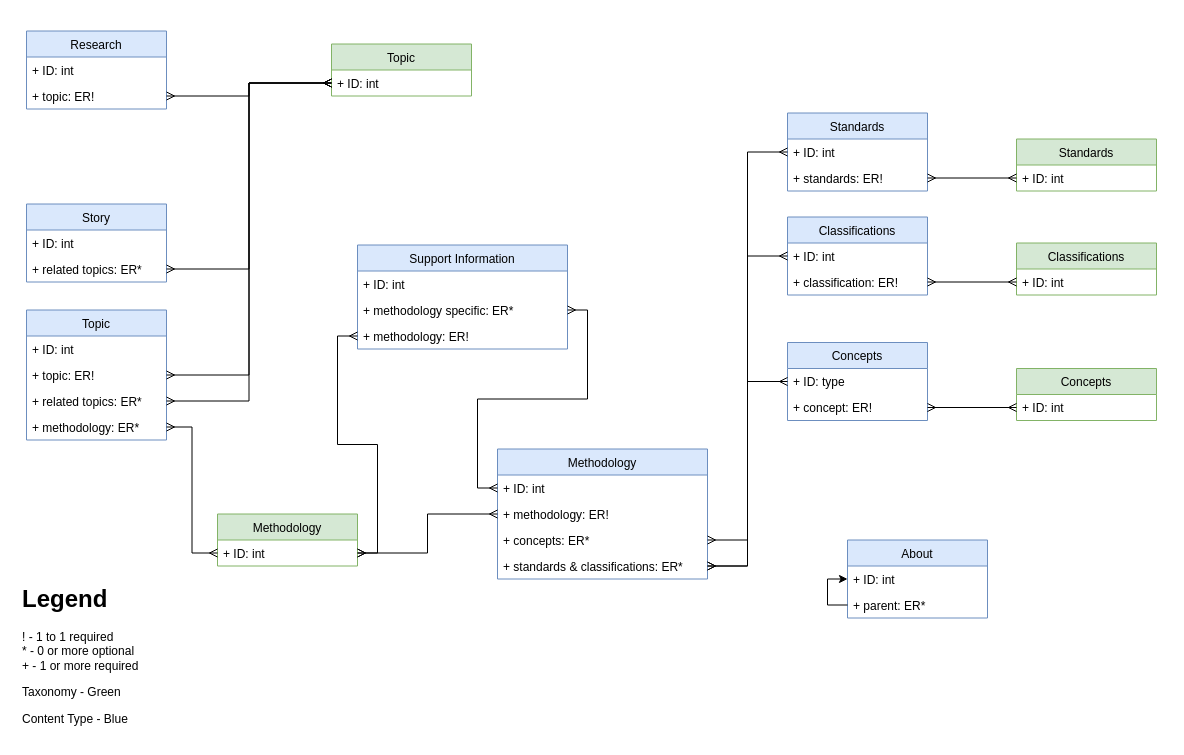
Earlier version of the draw.io diagram Untitled Diagram.drawio (rhys-mcguckin/d8-features). Source tidied: cells renumbered, new cells numbered last; positions are measured from the earlier drawing's top-left corner, leaving out a move shared by most shapes. Both pictures are drawn from the tidied source at 100%, with x=0, y=0 at pixel (17, 31).
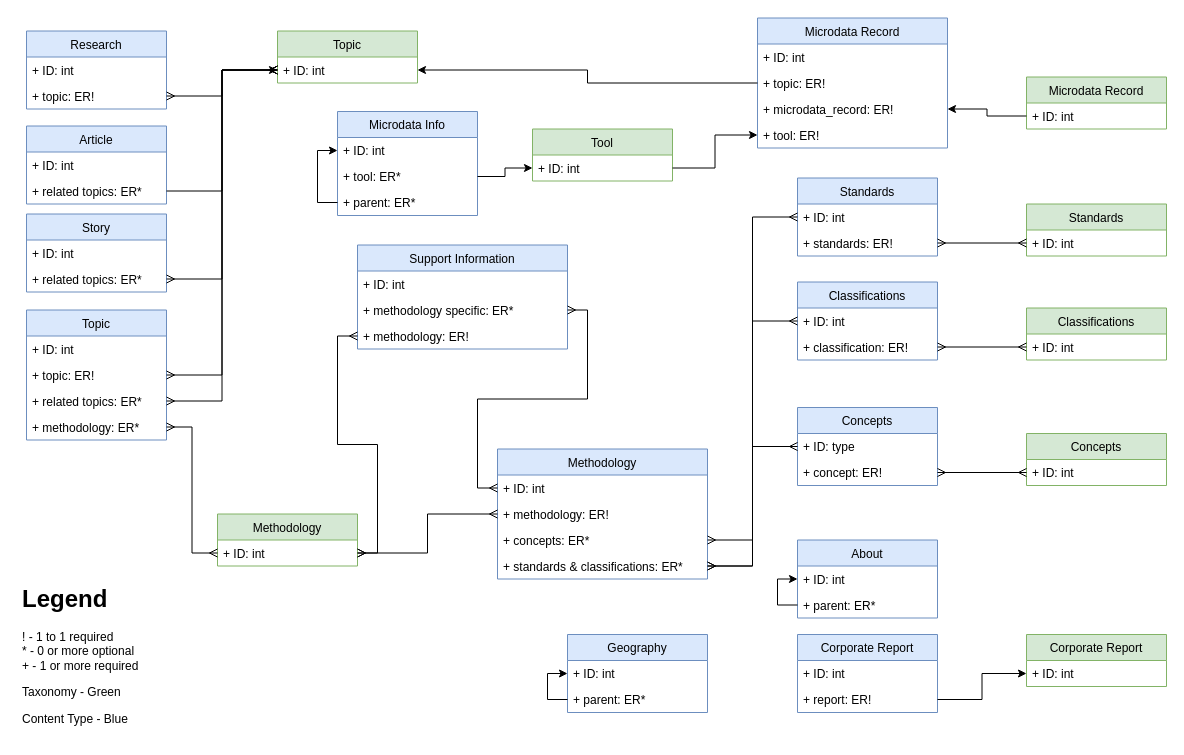
The same diagram, later.

Commit message:
Update With Discussed Content Types

Unchanged cells that the change refers to:
```xml
<mxCell id="3" value="+ ID: int" style="text;strokeColor=none;fillColor=none;align=left;verticalAlign=top;spacingLeft=4;spacingRight=4;overflow=hidden;points=[[0,0.5],[1,0.5]];portConstraint=eastwest;" parent="2" vertex="1">
  <mxGeometry y="26" width="140" height="26" as="geometry" />
</mxCell>
```

Diff of the diagram source:
```diff
@@
     <mxCell id="2" value="Topic" style="swimlane;fontStyle=0;horizontal=1;startSize=26;fillColor=#d5e8d4;strokeColor=#82b366;" parent="1" vertex="1">
-      <mxGeometry x="314" y="12.5" width="140" height="52" as="geometry" />
+      <mxGeometry x="260" y="-0.5" width="140" height="52" as="geometry" />
     </mxCell>
@@
     <mxCell id="6" value="Standards" style="swimlane;fontStyle=0;horizontal=1;startSize=26;fillColor=#d5e8d4;strokeColor=#82b366;" parent="1" vertex="1">
-      <mxGeometry x="999" y="107.5" width="140" height="52" as="geometry" />
+      <mxGeometry x="1009" y="172.5" width="140" height="52" as="geometry" />
     </mxCell>
@@
     <mxCell id="8" value="Classifications" style="swimlane;fontStyle=0;horizontal=1;startSize=26;fillColor=#d5e8d4;strokeColor=#82b366;" parent="1" vertex="1">
-      <mxGeometry x="999" y="211.5" width="140" height="52" as="geometry" />
+      <mxGeometry x="1009" y="276.5" width="140" height="52" as="geometry" />
     </mxCell>
@@
     <mxCell id="10" value="Concepts" style="swimlane;fontStyle=0;horizontal=1;startSize=26;fillColor=#d5e8d4;strokeColor=#82b366;" parent="1" vertex="1">
-      <mxGeometry x="999" y="337" width="140" height="52" as="geometry" />
+      <mxGeometry x="1009" y="402" width="140" height="52" as="geometry" />
     </mxCell>
@@
     <mxCell id="22" value="Standards" style="swimlane;fontStyle=0;horizontal=1;startSize=26;fillColor=#dae8fc;strokeColor=#6c8ebf;" parent="1" vertex="1">
-      <mxGeometry x="770" y="81.5" width="140" height="78" as="geometry" />
+      <mxGeometry x="780" y="146.5" width="140" height="78" as="geometry" />
     </mxCell>
@@
     <mxCell id="25" value="Classifications" style="swimlane;fontStyle=0;horizontal=1;startSize=26;fillColor=#dae8fc;strokeColor=#6c8ebf;" parent="1" vertex="1">
-      <mxGeometry x="770" y="185.5" width="140" height="78" as="geometry" />
+      <mxGeometry x="780" y="250.5" width="140" height="78" as="geometry" />
     </mxCell>
@@
     <mxCell id="28" value="Concepts" style="swimlane;fontStyle=0;horizontal=1;startSize=26;fillColor=#dae8fc;strokeColor=#6c8ebf;" parent="1" vertex="1">
-      <mxGeometry x="770" y="311" width="140" height="78" as="geometry" />
+      <mxGeometry x="780" y="376" width="140" height="78" as="geometry" />
     </mxCell>
@@
     <mxCell id="39" value="Story" style="swimlane;fontStyle=0;horizontal=1;startSize=26;fillColor=#dae8fc;strokeColor=#6c8ebf;" parent="1" vertex="1">
-      <mxGeometry x="9" y="172.5" width="140" height="78" as="geometry" />
+      <mxGeometry x="9" y="182.5" width="140" height="78" as="geometry" />
     </mxCell>
@@
     <mxCell id="56" value="About" style="swimlane;fontStyle=0;horizontal=1;startSize=26;fillColor=#dae8fc;strokeColor=#6c8ebf;" parent="1" vertex="1">
-      <mxGeometry x="830" y="508.5" width="140" height="78" as="geometry" />
+      <mxGeometry x="780" y="508.5" width="140" height="78" as="geometry" />
     </mxCell>
@@
+    <mxCell id="60" value="Microdata Record" style="swimlane;fontStyle=0;horizontal=1;startSize=26;fillColor=#dae8fc;strokeColor=#6c8ebf;" parent="1" vertex="1">
+      <mxGeometry x="740" y="-13.5" width="190" height="130" as="geometry" />
+    </mxCell>
+    <mxCell id="61" value="+ ID: int" style="text;strokeColor=none;fillColor=none;align=left;verticalAlign=top;spacingLeft=4;spacingRight=4;overflow=hidden;" parent="60" vertex="1">
+      <mxGeometry y="26" width="190" height="26" as="geometry" />
+    </mxCell>
+    <mxCell id="62" value="+ topic: ER!" style="text;strokeColor=none;fillColor=none;align=left;verticalAlign=top;spacingLeft=4;spacingRight=4;overflow=hidden;points=[[0,0.5],[1,0.5]];portConstraint=eastwest;" parent="60" vertex="1">
+      <mxGeometry y="52" width="190" height="26" as="geometry" />
+    </mxCell>
+    <mxCell id="63" value="+ microdata_record: ER!" style="text;strokeColor=none;fillColor=none;align=left;verticalAlign=top;spacingLeft=4;spacingRight=4;overflow=hidden;points=[[0,0.5],[1,0.5]];portConstraint=eastwest;" parent="60" vertex="1">
+      <mxGeometry y="78" width="190" height="26" as="geometry" />
+    </mxCell>
+    <mxCell id="64" value="+ tool: ER!" style="text;strokeColor=none;fillColor=none;align=left;verticalAlign=top;spacingLeft=4;spacingRight=4;overflow=hidden;points=[[0,0.5],[1,0.5]];portConstraint=eastwest;" parent="60" vertex="1">
+      <mxGeometry y="104" width="190" height="26" as="geometry" />
+    </mxCell>
+    <mxCell id="65" value="Microdata Record" style="swimlane;fontStyle=0;horizontal=1;startSize=26;fillColor=#d5e8d4;strokeColor=#82b366;" parent="1" vertex="1">
+      <mxGeometry x="1009" y="45.5" width="140" height="52" as="geometry" />
+    </mxCell>
+    <mxCell id="66" value="+ ID: int" style="text;strokeColor=none;fillColor=none;align=left;verticalAlign=top;spacingLeft=4;spacingRight=4;overflow=hidden;points=[[0,0.5],[1,0.5]];portConstraint=eastwest;" parent="65" vertex="1">
+      <mxGeometry y="26" width="140" height="26" as="geometry" />
+    </mxCell>
+    <mxCell id="67" style="edgeStyle=orthogonalEdgeStyle;rounded=0;jettySize=auto;html=1;entryX=1;entryY=0.5;entryDx=0;entryDy=0;" parent="1" edge="1" source="62" target="3">
+      <mxGeometry relative="1" as="geometry" />
+    </mxCell>
+    <mxCell id="68" value="Microdata Info" style="swimlane;fontStyle=0;horizontal=1;startSize=26;fillColor=#dae8fc;strokeColor=#6c8ebf;" parent="1" vertex="1">
+      <mxGeometry x="320" y="80" width="140" height="104" as="geometry" />
+    </mxCell>
+    <mxCell id="69" value="+ ID: int" style="text;strokeColor=none;fillColor=none;align=left;verticalAlign=top;spacingLeft=4;spacingRight=4;overflow=hidden;points=[[0,0.5],[1,0.5]];portConstraint=eastwest;" parent="68" vertex="1">
+      <mxGeometry y="26" width="140" height="26" as="geometry" />
+    </mxCell>
+    <mxCell id="70" value="+ tool: ER*" style="text;strokeColor=none;fillColor=none;align=left;verticalAlign=top;spacingLeft=4;spacingRight=4;overflow=hidden;points=[[0,0.5],[1,0.5]];portConstraint=eastwest;" parent="68" vertex="1">
+      <mxGeometry y="52" width="140" height="26" as="geometry" />
+    </mxCell>
+    <mxCell id="71" style="edgeStyle=orthogonalEdgeStyle;rounded=0;jettySize=auto;html=1;entryX=0;entryY=0.5;entryDx=0;entryDy=0;" parent="68" edge="1" source="72" target="69">
+      <mxGeometry relative="1" as="geometry" />
+    </mxCell>
+    <mxCell id="72" value="+ parent: ER*" style="text;strokeColor=none;fillColor=none;align=left;verticalAlign=top;spacingLeft=4;spacingRight=4;overflow=hidden;points=[[0,0.5],[1,0.5]];portConstraint=eastwest;" parent="68" vertex="1">
+      <mxGeometry y="78" width="140" height="26" as="geometry" />
+    </mxCell>
+    <mxCell id="73" style="edgeStyle=orthogonalEdgeStyle;rounded=0;jettySize=auto;html=1;" parent="1" edge="1" source="66" target="63">
+      <mxGeometry relative="1" as="geometry" />
+    </mxCell>
+    <mxCell id="74" value="Tool" style="swimlane;fontStyle=0;horizontal=1;startSize=26;fillColor=#d5e8d4;strokeColor=#82b366;" parent="1" vertex="1">
+      <mxGeometry x="515" y="97.5" width="140" height="52" as="geometry" />
+    </mxCell>
+    <mxCell id="75" value="+ ID: int" style="text;strokeColor=none;fillColor=none;align=left;verticalAlign=top;spacingLeft=4;spacingRight=4;overflow=hidden;points=[[0,0.5],[1,0.5]];portConstraint=eastwest;" parent="74" vertex="1">
+      <mxGeometry y="26" width="140" height="26" as="geometry" />
+    </mxCell>
+    <mxCell id="76" style="edgeStyle=orthogonalEdgeStyle;rounded=0;jettySize=auto;html=1;" parent="1" edge="1" source="75" target="64">
+      <mxGeometry relative="1" as="geometry" />
+    </mxCell>
+    <mxCell id="77" style="edgeStyle=orthogonalEdgeStyle;rounded=0;jettySize=auto;html=1;" parent="1" edge="1" source="70" target="75">
+      <mxGeometry relative="1" as="geometry" />
+    </mxCell>
+    <mxCell id="78" value="Article" style="swimlane;fontStyle=0;horizontal=1;startSize=26;fillColor=#dae8fc;strokeColor=#6c8ebf;" parent="1" vertex="1">
+      <mxGeometry x="9" y="94.5" width="140" height="78" as="geometry" />
+    </mxCell>
+    <mxCell id="79" value="+ ID: int" style="text;strokeColor=none;fillColor=none;align=left;verticalAlign=top;spacingLeft=4;spacingRight=4;overflow=hidden;" parent="78" vertex="1">
+      <mxGeometry y="26" width="140" height="26" as="geometry" />
+    </mxCell>
+    <mxCell id="80" value="+ related topics: ER*" style="text;strokeColor=none;fillColor=none;align=left;verticalAlign=top;spacingLeft=4;spacingRight=4;overflow=hidden;points=[[0,0.5],[1,0.5]];portConstraint=eastwest;" parent="78" vertex="1">
+      <mxGeometry y="52" width="140" height="26" as="geometry" />
+    </mxCell>
+    <mxCell id="81" style="edgeStyle=orthogonalEdgeStyle;rounded=0;jettySize=auto;html=1;" parent="1" edge="1" source="80" target="3">
+      <mxGeometry relative="1" as="geometry" />
+    </mxCell>
+    <mxCell id="82" value="Corporate Report" style="swimlane;fontStyle=0;horizontal=1;startSize=26;fillColor=#dae8fc;strokeColor=#6c8ebf;" parent="1" vertex="1">
+      <mxGeometry x="780" y="603" width="140" height="78" as="geometry" />
+    </mxCell>
+    <mxCell id="83" value="+ ID: int" style="text;strokeColor=none;fillColor=none;align=left;verticalAlign=top;spacingLeft=4;spacingRight=4;overflow=hidden;" parent="82" vertex="1">
+      <mxGeometry y="26" width="140" height="26" as="geometry" />
+    </mxCell>
+    <mxCell id="84" value="+ report: ER!" style="text;strokeColor=none;fillColor=none;align=left;verticalAlign=top;spacingLeft=4;spacingRight=4;overflow=hidden;points=[[0,0.5],[1,0.5]];portConstraint=eastwest;" parent="82" vertex="1">
+      <mxGeometry y="52" width="140" height="26" as="geometry" />
+    </mxCell>
+    <mxCell id="85" value="Corporate Report" style="swimlane;fontStyle=0;horizontal=1;startSize=26;fillColor=#d5e8d4;strokeColor=#82b366;" parent="1" vertex="1">
+      <mxGeometry x="1009" y="603" width="140" height="52" as="geometry" />
+    </mxCell>
+    <mxCell id="86" value="+ ID: int" style="text;strokeColor=none;fillColor=none;align=left;verticalAlign=top;spacingLeft=4;spacingRight=4;overflow=hidden;points=[[0,0.5],[1,0.5]];portConstraint=eastwest;" parent="85" vertex="1">
+      <mxGeometry y="26" width="140" height="26" as="geometry" />
+    </mxCell>
+    <mxCell id="87" style="edgeStyle=orthogonalEdgeStyle;rounded=0;jettySize=auto;html=1;" parent="1" edge="1" source="84" target="86">
+      <mxGeometry relative="1" as="geometry" />
+    </mxCell>
+    <mxCell id="88" value="Geography" style="swimlane;fontStyle=0;horizontal=1;startSize=26;fillColor=#dae8fc;strokeColor=#6c8ebf;" parent="1" vertex="1">
+      <mxGeometry x="550" y="603" width="140" height="78" as="geometry" />
+    </mxCell>
+    <mxCell id="89" value="+ ID: int" style="text;strokeColor=none;fillColor=none;align=left;verticalAlign=top;spacingLeft=4;spacingRight=4;overflow=hidden;points=[[0,0.5],[1,0.5]];portConstraint=eastwest;" parent="88" vertex="1">
+      <mxGeometry y="26" width="140" height="26" as="geometry" />
+    </mxCell>
+    <mxCell id="90" style="edgeStyle=orthogonalEdgeStyle;rounded=0;jettySize=auto;html=1;entryX=0;entryY=0.5;entryDx=0;entryDy=0;" parent="88" edge="1" source="91" target="89">
+      <mxGeometry relative="1" as="geometry" />
+    </mxCell>
+    <mxCell id="91" value="+ parent: ER*" style="text;strokeColor=none;fillColor=none;align=left;verticalAlign=top;spacingLeft=4;spacingRight=4;overflow=hidden;points=[[0,0.5],[1,0.5]];portConstraint=eastwest;" parent="88" vertex="1">
+      <mxGeometry y="52" width="140" height="26" as="geometry" />
+    </mxCell>
```
